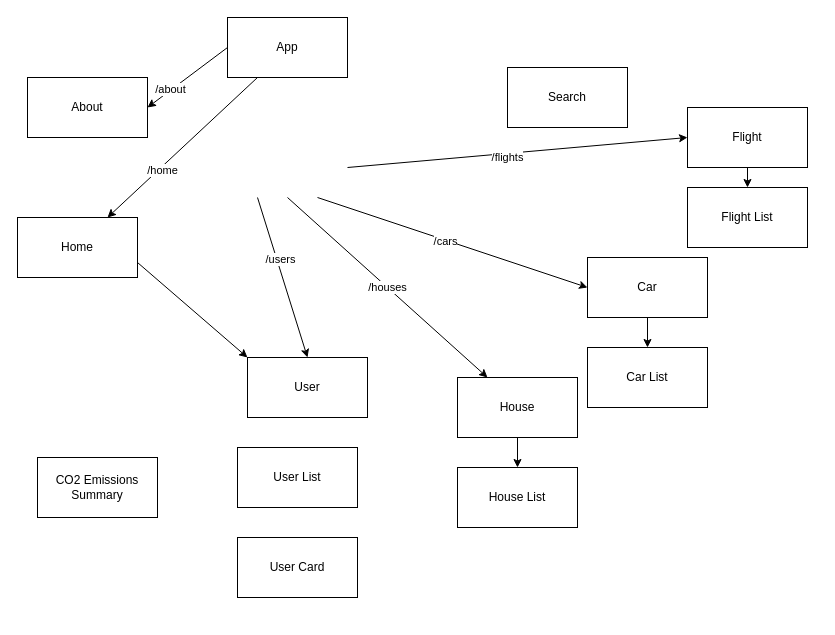
Above: assets/reactTree_v2.drawio in oki99doki/CO2day (draw.io), before the change. Source tidied: cells renumbered, new cells numbered last; positions are measured from the earlier drawing's top-left corner, leaving out a move shared by most shapes. Both pictures are drawn from the tidied source at 100%, with x=0, y=0 at pixel (17, 17).
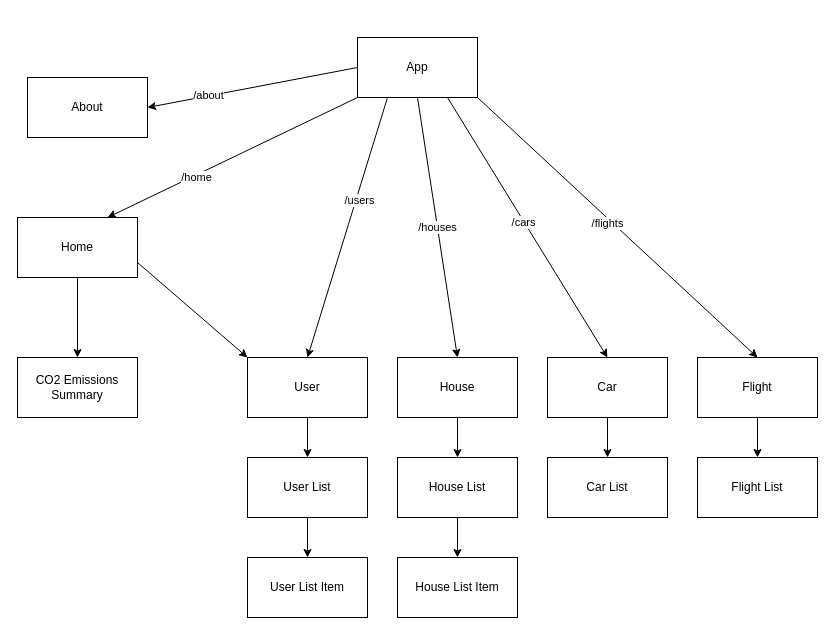
Above is the later version.

The change refers to these unchanged cells:
```xml
<mxCell id="16" value="Home" style="whiteSpace=wrap;html=1;" parent="1" vertex="1">
  <mxGeometry y="200" width="120" height="60" as="geometry" />
</mxCell>
<mxCell id="17" value="User" style="whiteSpace=wrap;html=1;" parent="1" vertex="1">
  <mxGeometry x="230" y="340" width="120" height="60" as="geometry" />
</mxCell>
```

The edit, as a diff of the source:
```diff
@@
     <mxCell id="4" value="App" style="rounded=0;whiteSpace=wrap;html=1;" parent="1" vertex="1">
-      <mxGeometry x="210" width="120" height="60" as="geometry" />
+      <mxGeometry x="340" y="20" width="120" height="60" as="geometry" />
     </mxCell>
-    <mxCell id="5" style="edgeStyle=none;html=1;exitX=0.25;exitY=1;exitDx=0;exitDy=0;entryX=0.75;entryY=0;entryDx=0;entryDy=0;" parent="1" edge="1" source="4" target="16">
+    <mxCell id="5" style="edgeStyle=none;html=1;exitX=0;exitY=1;exitDx=0;exitDy=0;entryX=0.75;entryY=0;entryDx=0;entryDy=0;" parent="1" edge="1" source="4" target="16">
       <mxGeometry relative="1" as="geometry" />
     </mxCell>
@@
-    <mxCell id="7" style="edgeStyle=none;html=1;exitX=0.25;exitY=1;exitDx=0;exitDy=0;entryX=0.5;entryY=0;entryDx=0;entryDy=0;" parent="1" edge="1" target="17">
-      <mxGeometry relative="1" as="geometry">
-        <mxPoint x="240" y="180" as="sourcePoint" />
-      </mxGeometry>
+    <mxCell id="7" style="edgeStyle=none;html=1;exitX=0.25;exitY=1;exitDx=0;exitDy=0;entryX=0.5;entryY=0;entryDx=0;entryDy=0;" parent="1" edge="1" source="4" target="17">
+      <mxGeometry relative="1" as="geometry" />
     </mxCell>
@@
-    <mxCell id="9" style="edgeStyle=none;html=1;exitX=0.75;exitY=1;exitDx=0;exitDy=0;entryX=0;entryY=0.5;entryDx=0;entryDy=0;" parent="1" edge="1" target="21">
-      <mxGeometry relative="1" as="geometry">
-        <mxPoint x="300" y="180" as="sourcePoint" />
-      </mxGeometry>
+    <mxCell id="9" style="edgeStyle=none;html=1;exitX=0.75;exitY=1;exitDx=0;exitDy=0;entryX=0.5;entryY=0;entryDx=0;entryDy=0;" parent="1" edge="1" source="4" target="21">
+      <mxGeometry relative="1" as="geometry" />
     </mxCell>
@@
-    <mxCell id="11" style="edgeStyle=none;html=1;exitX=1;exitY=0.5;exitDx=0;exitDy=0;entryX=0;entryY=0.5;entryDx=0;entryDy=0;" parent="1" edge="1" target="23">
-      <mxGeometry relative="1" as="geometry">
-        <mxPoint x="330" y="150" as="sourcePoint" />
-      </mxGeometry>
+    <mxCell id="11" style="edgeStyle=none;html=1;exitX=1;exitY=1;exitDx=0;exitDy=0;entryX=0.5;entryY=0;entryDx=0;entryDy=0;" parent="1" edge="1" source="4" target="23">
+      <mxGeometry relative="1" as="geometry" />
     </mxCell>
@@
-    <mxCell id="13" value="/houses" style="edgeStyle=none;html=1;exitX=0.5;exitY=1;exitDx=0;exitDy=0;entryX=0.25;entryY=0;entryDx=0;entryDy=0;" parent="1" edge="1" target="19">
-      <mxGeometry relative="1" as="geometry">
-        <mxPoint x="270" y="180" as="sourcePoint" />
-      </mxGeometry>
+    <mxCell id="13" value="/houses" style="edgeStyle=none;html=1;exitX=0.5;exitY=1;exitDx=0;exitDy=0;entryX=0.5;entryY=0;entryDx=0;entryDy=0;" parent="1" edge="1" source="4" target="19">
+      <mxGeometry relative="1" as="geometry" />
     </mxCell>
-    <mxCell id="14" value="Search" style="whiteSpace=wrap;html=1;" parent="1" vertex="1">
-      <mxGeometry x="490" y="50" width="120" height="60" as="geometry" />
-    </mxCell>
@@
+    <mxCell id="31" style="edgeStyle=none;html=1;" parent="1" edge="1" source="16" target="26">
+      <mxGeometry relative="1" as="geometry" />
+    </mxCell>
@@
+    <mxCell id="32" style="edgeStyle=none;html=1;" parent="1" edge="1" source="17" target="24">
+      <mxGeometry relative="1" as="geometry" />
+    </mxCell>
@@
     <mxCell id="19" value="House" style="whiteSpace=wrap;html=1;" parent="1" vertex="1">
-      <mxGeometry x="440" y="360" width="120" height="60" as="geometry" />
+      <mxGeometry x="380" y="340" width="120" height="60" as="geometry" />
     </mxCell>
@@
     <mxCell id="21" value="Car" style="whiteSpace=wrap;html=1;" parent="1" vertex="1">
-      <mxGeometry x="570" y="240" width="120" height="60" as="geometry" />
+      <mxGeometry x="530" y="340" width="120" height="60" as="geometry" />
     </mxCell>
@@
     <mxCell id="23" value="Flight" style="whiteSpace=wrap;html=1;" parent="1" vertex="1">
-      <mxGeometry x="670" y="90" width="120" height="60" as="geometry" />
+      <mxGeometry x="680" y="340" width="120" height="60" as="geometry" />
     </mxCell>
+    <mxCell id="33" style="edgeStyle=none;html=1;exitX=0.5;exitY=1;exitDx=0;exitDy=0;entryX=0.5;entryY=0;entryDx=0;entryDy=0;" parent="1" edge="1" source="24" target="25">
+      <mxGeometry relative="1" as="geometry" />
+    </mxCell>
     <mxCell id="24" value="User List" style="whiteSpace=wrap;html=1;" parent="1" vertex="1">
-      <mxGeometry x="220" y="430" width="120" height="60" as="geometry" />
+      <mxGeometry x="230" y="440" width="120" height="60" as="geometry" />
     </mxCell>
-    <mxCell id="25" value="User Card" style="whiteSpace=wrap;html=1;" parent="1" vertex="1">
-      <mxGeometry x="220" y="520" width="120" height="60" as="geometry" />
+    <mxCell id="25" value="User List Item" style="whiteSpace=wrap;html=1;" parent="1" vertex="1">
+      <mxGeometry x="230" y="540" width="120" height="60" as="geometry" />
     </mxCell>
     <mxCell id="26" value="CO2 Emissions Summary" style="whiteSpace=wrap;html=1;" parent="1" vertex="1">
-      <mxGeometry x="20" y="440" width="120" height="60" as="geometry" />
+      <mxGeometry y="340" width="120" height="60" as="geometry" />
     </mxCell>
+    <mxCell id="34" style="edgeStyle=none;html=1;" parent="1" edge="1" source="27" target="35">
+      <mxGeometry relative="1" as="geometry" />
+    </mxCell>
     <mxCell id="27" value="House List" style="whiteSpace=wrap;html=1;" parent="1" vertex="1">
-      <mxGeometry x="440" y="450" width="120" height="60" as="geometry" />
+      <mxGeometry x="380" y="440" width="120" height="60" as="geometry" />
     </mxCell>
     <mxCell id="28" value="Car List" style="whiteSpace=wrap;html=1;" parent="1" vertex="1">
-      <mxGeometry x="570" y="330" width="120" height="60" as="geometry" />
+      <mxGeometry x="530" y="440" width="120" height="60" as="geometry" />
     </mxCell>
     <mxCell id="29" value="Flight List" style="whiteSpace=wrap;html=1;" parent="1" vertex="1">
-      <mxGeometry x="670" y="170" width="120" height="60" as="geometry" />
+      <mxGeometry x="680" y="440" width="120" height="60" as="geometry" />
     </mxCell>
@@
+    <mxCell id="35" value="House List Item" style="whiteSpace=wrap;html=1;" parent="1" vertex="1">
+      <mxGeometry x="380" y="540" width="120" height="60" as="geometry" />
+    </mxCell>
```
